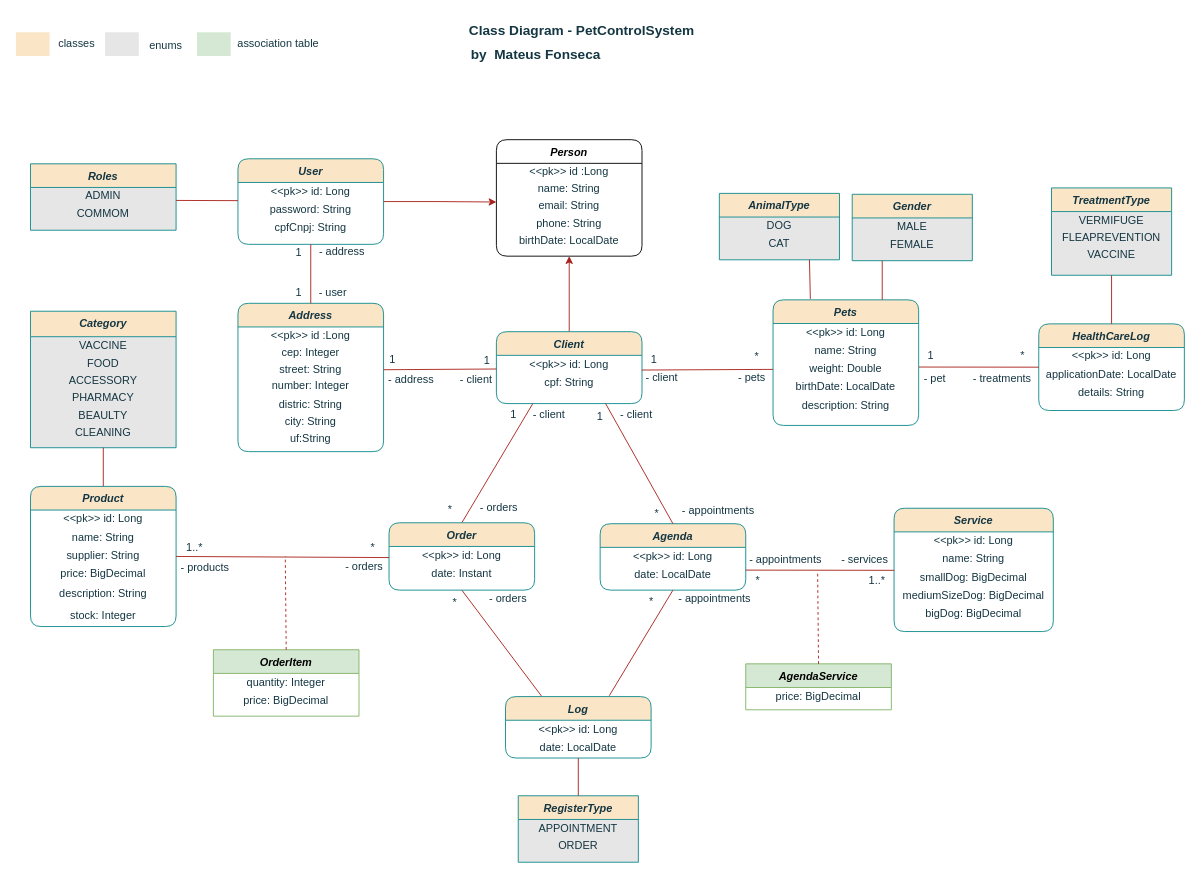
mateusf-prog/petcontrol-system keeps this draw.io diagram as diagrams/class-diagram.drawio. Above is the earlier version. Source tidied: cells renumbered, new cells numbered last; positions are measured from the earlier drawing's top-left corner, leaving out a move shared by most shapes. Both pictures are drawn from the tidied source at 91%, with x=0, y=0 at pixel (15, 15).
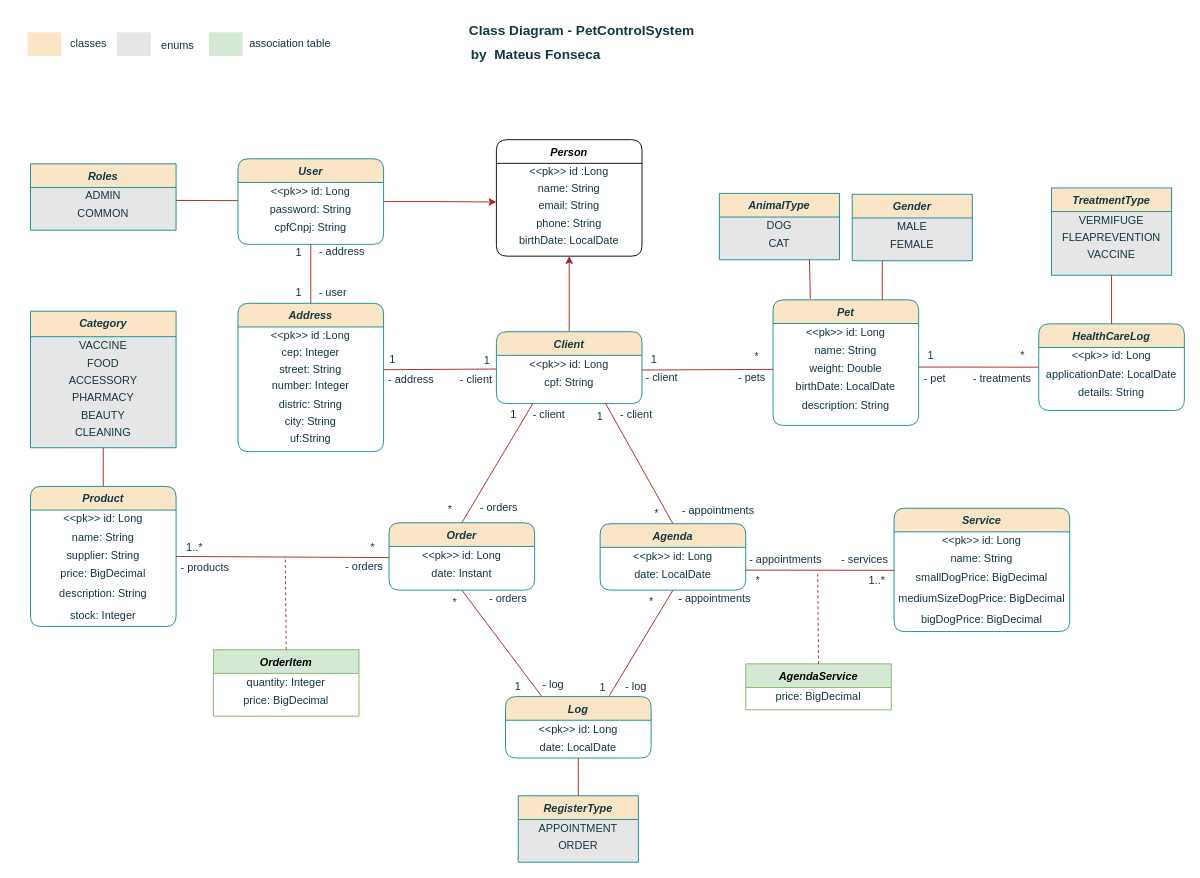
After the change.

Commit message (it also covers changes not shown here):
udpated class diagram

Unchanged cells that the change refers to:
```xml
<mxCell id="35" value="Category" style="swimlane;fontStyle=3;align=center;verticalAlign=top;horizontal=1;startSize=28;rounded=0;shadow=0;strokeWidth=1;swimlaneFillColor=#E6E6E6;labelBackgroundColor=none;fillColor=#FAE5C7;strokeColor=#0F8B8D;fontColor=#143642;" parent="1" vertex="1">
  <mxGeometry x="16" y="324.5" width="160" height="150" as="geometry" />
</mxCell>
<mxCell id="58" value="Roles" style="swimlane;fontStyle=3;align=center;verticalAlign=top;horizontal=1;startSize=26;rounded=0;shadow=0;strokeWidth=1;swimlaneFillColor=#E6E6E6;labelBackgroundColor=none;fillColor=#FAE5C7;strokeColor=#0F8B8D;fontColor=#143642;" parent="1" vertex="1">
  <mxGeometry x="16" y="162.5" width="160" height="73" as="geometry" />
</mxCell>
```

Diff of the diagram source:
```diff
@@
-    <mxCell id="5" value="Pets" style="swimlane;fontStyle=3;align=center;verticalAlign=top;horizontal=1;startSize=26;rounded=1;shadow=0;strokeWidth=1;labelBackgroundColor=none;fillColor=#FAE5C7;strokeColor=#0F8B8D;fontColor=#143642;" parent="1" vertex="1">
+    <mxCell id="5" value="Pet" style="swimlane;fontStyle=3;align=center;verticalAlign=top;horizontal=1;startSize=26;rounded=1;shadow=0;strokeWidth=1;labelBackgroundColor=none;fillColor=#FAE5C7;strokeColor=#0F8B8D;fontColor=#143642;" parent="1" vertex="1">
       <mxGeometry x="832" y="312" width="160" height="138" as="geometry" />
     </mxCell>
@@
     <mxCell id="26" value="Service" style="swimlane;fontStyle=3;align=center;verticalAlign=top;horizontal=1;startSize=26;rounded=1;shadow=0;strokeWidth=1;labelBackgroundColor=none;fillColor=#FAE5C7;strokeColor=#0F8B8D;fontColor=#143642;" parent="1" vertex="1">
-      <mxGeometry x="965" y="541" width="175" height="135.5" as="geometry" />
+      <mxGeometry x="965" y="541" width="193" height="135.5" as="geometry" />
     </mxCell>
     <mxCell id="27" value="&amp;lt;&amp;lt;pk&amp;gt;&amp;gt; id: Long" style="text;html=1;align=center;verticalAlign=middle;whiteSpace=wrap;rounded=1;labelBackgroundColor=none;fontColor=#143642;" parent="26" vertex="1">
-      <mxGeometry y="26" width="175" height="20" as="geometry" />
+      <mxGeometry y="26" width="193" height="20" as="geometry" />
     </mxCell>
     <mxCell id="28" value="name: String" style="text;html=1;align=center;verticalAlign=middle;whiteSpace=wrap;rounded=1;labelBackgroundColor=none;fontColor=#143642;" parent="26" vertex="1">
-      <mxGeometry y="46" width="175" height="20" as="geometry" />
+      <mxGeometry y="46" width="193" height="20" as="geometry" />
     </mxCell>
-    <mxCell id="29" value="smallDog: BigDecimal" style="text;html=1;align=center;verticalAlign=middle;whiteSpace=wrap;rounded=1;labelBackgroundColor=none;fontColor=#143642;" parent="26" vertex="1">
-      <mxGeometry y="66" width="175" height="20" as="geometry" />
+    <mxCell id="29" value="smallDogPrice: BigDecimal" style="text;html=1;align=center;verticalAlign=middle;whiteSpace=wrap;rounded=1;labelBackgroundColor=none;fontColor=#143642;" parent="26" vertex="1">
+      <mxGeometry y="66" width="193" height="20" as="geometry" />
     </mxCell>
-    <mxCell id="30" value="mediumSizeDog: BigDecimal" style="text;html=1;align=center;verticalAlign=middle;whiteSpace=wrap;rounded=1;labelBackgroundColor=none;fontColor=#143642;" parent="26" vertex="1">
-      <mxGeometry y="86" width="175" height="20" as="geometry" />
+    <mxCell id="30" value="mediumSizeDogPrice: BigDecimal" style="text;html=1;align=center;verticalAlign=middle;whiteSpace=wrap;rounded=1;labelBackgroundColor=none;fontColor=#143642;" parent="26" vertex="1">
+      <mxGeometry y="86" width="193" height="27" as="geometry" />
     </mxCell>
-    <mxCell id="31" value="bigDog: BigDecimal" style="text;html=1;align=center;verticalAlign=middle;whiteSpace=wrap;rounded=1;labelBackgroundColor=none;fontColor=#143642;" parent="26" vertex="1">
-      <mxGeometry y="106" width="175" height="20" as="geometry" />
+    <mxCell id="31" value="bigDogPrice: BigDecimal" style="text;html=1;align=center;verticalAlign=middle;whiteSpace=wrap;rounded=1;labelBackgroundColor=none;fontColor=#143642;" parent="26" vertex="1">
+      <mxGeometry y="113" width="193" height="20" as="geometry" />
     </mxCell>
@@
-    <mxCell id="40" value="BEAULTY" style="text;html=1;align=center;verticalAlign=middle;whiteSpace=wrap;rounded=1;labelBackgroundColor=none;fontColor=#143642;" parent="35" vertex="1">
+    <mxCell id="40" value="BEAUTY" style="text;html=1;align=center;verticalAlign=middle;whiteSpace=wrap;rounded=1;labelBackgroundColor=none;fontColor=#143642;" parent="35" vertex="1">
       <mxGeometry y="105" width="160" height="19" as="geometry" />
     </mxCell>
@@
-    <mxCell id="60" value="COMMOM" style="text;html=1;align=center;verticalAlign=middle;whiteSpace=wrap;rounded=1;labelBackgroundColor=none;fontColor=#143642;fillColor=none;" parent="58" vertex="1">
+    <mxCell id="60" value="COMMON" style="text;html=1;align=center;verticalAlign=middle;whiteSpace=wrap;rounded=1;labelBackgroundColor=none;fontColor=#143642;fillColor=none;" parent="58" vertex="1">
       <mxGeometry y="45" width="160" height="19" as="geometry" />
     </mxCell>
@@
     <mxCell id="143" style="group;" parent="1" vertex="1">
-      <mxGeometry y="16" width="341" height="32" as="geometry" />
+      <mxGeometry x="13" y="16" width="341" height="32" as="geometry" />
     </mxCell>
@@
+    <mxCell id="152" value="1" style="text;html=1;align=center;verticalAlign=middle;whiteSpace=wrap;rounded=1;labelBackgroundColor=none;fontColor=#143642;" parent="1" vertex="1">
+      <mxGeometry x="546" y="726.8" width="12" height="21" as="geometry" />
+    </mxCell>
+    <mxCell id="153" value="&amp;nbsp;- log" style="text;html=1;align=center;verticalAlign=middle;whiteSpace=wrap;rounded=1;labelBackgroundColor=none;fontColor=#143642;" parent="1" vertex="1">
+      <mxGeometry x="560" y="726.8" width="58" height="16" as="geometry" />
+    </mxCell>
+    <mxCell id="154" value="1" style="text;html=1;align=center;verticalAlign=middle;whiteSpace=wrap;rounded=1;labelBackgroundColor=none;fontColor=#143642;" parent="1" vertex="1">
+      <mxGeometry x="639" y="727" width="12" height="21" as="geometry" />
+    </mxCell>
+    <mxCell id="155" value="&amp;nbsp;- log" style="text;html=1;align=center;verticalAlign=middle;whiteSpace=wrap;rounded=1;labelBackgroundColor=none;fontColor=#143642;" parent="1" vertex="1">
+      <mxGeometry x="651" y="729.2" width="58" height="16" as="geometry" />
+    </mxCell>
```
